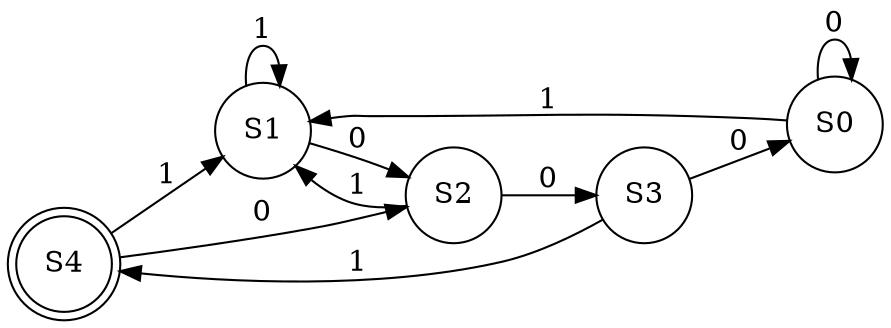
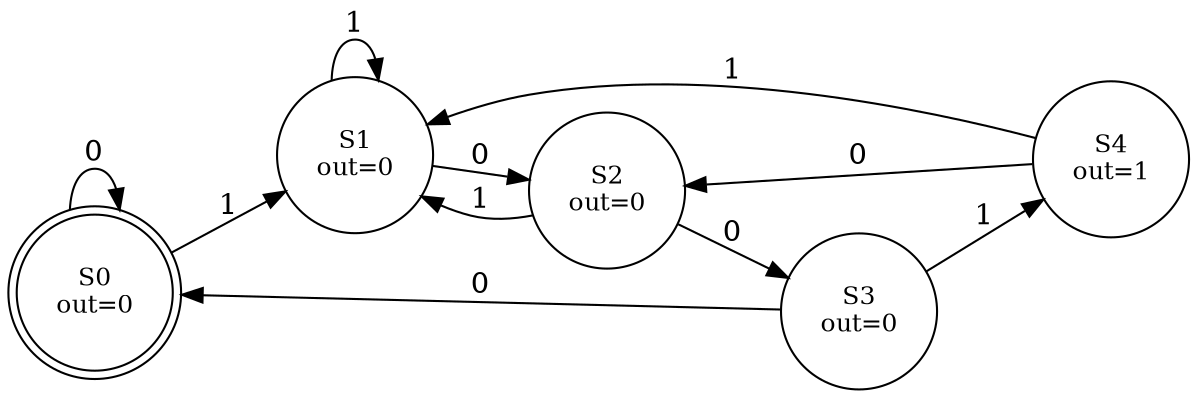
digraph FSM {
  rankdir=LR;
-   node [shape=circle];
-   S4 [shape=doublecircle];
+   node [shape=circle fontsize=12];
+   S0 [shape=doublecircle label="S0\nout=0"];
+   S1 [shape=circle label="S1\nout=0"];
+   S2 [shape=circle label="S2\nout=0"];
+   S3 [shape=circle label="S3\nout=0"];
+   S4 [shape=circle label="S4\nout=1"];
  S0 -> S0 [label="0"];
  S0 -> S1 [label="1"];
  S1 -> S2 [label="0"];
  S1 -> S1 [label="1"];
  S2 -> S3 [label="0"];
  S2 -> S1 [label="1"];
  S3 -> S0 [label="0"];
  S3 -> S4 [label="1"];
  S4 -> S2 [label="0"];
  S4 -> S1 [label="1"];
}